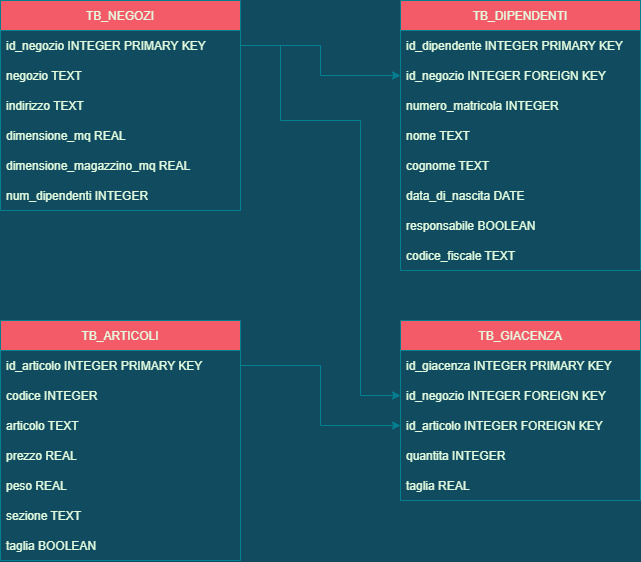
Before: gestione-catena-negozi/src/assets/DatabaseProgetto.png, a diagram exported from draw.io (Alph10/Progetto-Allos). Source tidied: cells renumbered, new cells last; positions are measured from the earlier drawing's top-left corner, leaving out a move shared by most shapes.
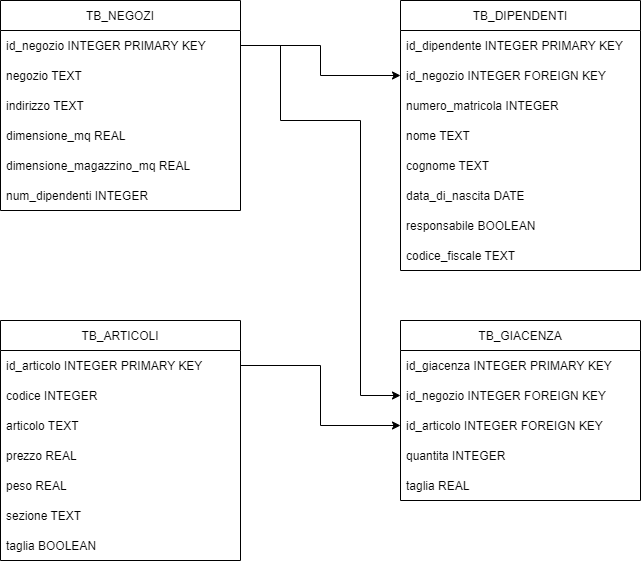
The same diagram one commit later.

Commit message:
Immagini senza sfondo

Diff of the diagram source:
```diff
@@ -1,104 +1,104 @@
-<mxGraphModel background="#114B5F">
+<mxGraphModel>
   <root>
     <mxCell id="0" />
     <mxCell id="1" parent="0" />
-    <mxCell id="2" value="TB_NEGOZI" style="swimlane;fontStyle=0;horizontal=1;startSize=30;fillColor=#F45B69;strokeColor=#028090;fontColor=#E4FDE1;" parent="1" vertex="1">
+    <mxCell id="2" value="TB_NEGOZI" style="swimlane;fontStyle=0;horizontal=1;startSize=30;" parent="1" vertex="1">
       <mxGeometry width="240" height="210" as="geometry" />
     </mxCell>
-    <mxCell id="3" value="id_negozio INTEGER PRIMARY KEY" style="text;strokeColor=none;fillColor=none;align=left;verticalAlign=middle;spacingLeft=4;spacingRight=4;overflow=hidden;points=[[0,0.5],[1,0.5]];portConstraint=eastwest;fontColor=#E4FDE1;" parent="2" vertex="1">
+    <mxCell id="3" value="id_negozio INTEGER PRIMARY KEY" style="text;strokeColor=none;fillColor=none;align=left;verticalAlign=middle;spacingLeft=4;spacingRight=4;overflow=hidden;points=[[0,0.5],[1,0.5]];portConstraint=eastwest;" parent="2" vertex="1">
       <mxGeometry y="30" width="240" height="30" as="geometry" />
     </mxCell>
-    <mxCell id="4" value="negozio TEXT" style="text;strokeColor=none;fillColor=none;align=left;verticalAlign=middle;spacingLeft=4;spacingRight=4;overflow=hidden;fontColor=#E4FDE1;" parent="2" vertex="1">
+    <mxCell id="4" value="negozio TEXT" style="text;strokeColor=none;fillColor=none;align=left;verticalAlign=middle;spacingLeft=4;spacingRight=4;overflow=hidden;" parent="2" vertex="1">
       <mxGeometry y="60" width="240" height="30" as="geometry" />
     </mxCell>
-    <mxCell id="5" value="indirizzo TEXT" style="text;strokeColor=none;fillColor=none;align=left;verticalAlign=middle;spacingLeft=4;spacingRight=4;overflow=hidden;fontColor=#E4FDE1;" parent="2" vertex="1">
+    <mxCell id="5" value="indirizzo TEXT" style="text;strokeColor=none;fillColor=none;align=left;verticalAlign=middle;spacingLeft=4;spacingRight=4;overflow=hidden;" parent="2" vertex="1">
       <mxGeometry y="90" width="240" height="30" as="geometry" />
     </mxCell>
-    <mxCell id="6" value="dimensione_mq REAL" style="text;strokeColor=none;fillColor=none;align=left;verticalAlign=middle;spacingLeft=4;spacingRight=4;overflow=hidden;fontColor=#E4FDE1;" parent="2" vertex="1">
+    <mxCell id="6" value="dimensione_mq REAL" style="text;strokeColor=none;fillColor=none;align=left;verticalAlign=middle;spacingLeft=4;spacingRight=4;overflow=hidden;" parent="2" vertex="1">
       <mxGeometry y="120" width="240" height="30" as="geometry" />
     </mxCell>
-    <mxCell id="7" value="dimensione_magazzino_mq REAL" style="text;strokeColor=none;fillColor=none;align=left;verticalAlign=middle;spacingLeft=4;spacingRight=4;overflow=hidden;fontColor=#E4FDE1;" parent="2" vertex="1">
+    <mxCell id="7" value="dimensione_magazzino_mq REAL" style="text;strokeColor=none;fillColor=none;align=left;verticalAlign=middle;spacingLeft=4;spacingRight=4;overflow=hidden;" parent="2" vertex="1">
       <mxGeometry y="150" width="240" height="30" as="geometry" />
     </mxCell>
-    <mxCell id="8" value="num_dipendenti INTEGER" style="text;strokeColor=none;fillColor=none;align=left;verticalAlign=middle;spacingLeft=4;spacingRight=4;overflow=hidden;fontColor=#E4FDE1;" parent="2" vertex="1">
+    <mxCell id="8" value="num_dipendenti INTEGER" style="text;strokeColor=none;fillColor=none;align=left;verticalAlign=middle;spacingLeft=4;spacingRight=4;overflow=hidden;" parent="2" vertex="1">
       <mxGeometry y="180" width="240" height="30" as="geometry" />
     </mxCell>
-    <mxCell id="9" value="TB_DIPENDENTI" style="swimlane;fontStyle=0;horizontal=1;startSize=30;fontColor=#E4FDE1;strokeColor=#028090;fillColor=#F45B69;" parent="1" vertex="1">
+    <mxCell id="9" value="TB_DIPENDENTI" style="swimlane;fontStyle=0;horizontal=1;startSize=30;" parent="1" vertex="1">
       <mxGeometry x="400" width="240" height="270" as="geometry" />
     </mxCell>
-    <mxCell id="10" value="id_dipendente INTEGER PRIMARY KEY" style="text;strokeColor=none;fillColor=none;align=left;verticalAlign=middle;spacingLeft=4;spacingRight=4;overflow=hidden;fontColor=#E4FDE1;" parent="9" vertex="1">
+    <mxCell id="10" value="id_dipendente INTEGER PRIMARY KEY" style="text;strokeColor=none;fillColor=none;align=left;verticalAlign=middle;spacingLeft=4;spacingRight=4;overflow=hidden;" parent="9" vertex="1">
       <mxGeometry y="30" width="240" height="30" as="geometry" />
     </mxCell>
-    <mxCell id="11" value="id_negozio INTEGER FOREIGN KEY" style="text;strokeColor=none;fillColor=none;align=left;verticalAlign=middle;spacingLeft=4;spacingRight=4;overflow=hidden;points=[[0,0.5],[1,0.5]];portConstraint=eastwest;fontColor=#E4FDE1;" parent="9" vertex="1">
+    <mxCell id="11" value="id_negozio INTEGER FOREIGN KEY" style="text;strokeColor=none;fillColor=none;align=left;verticalAlign=middle;spacingLeft=4;spacingRight=4;overflow=hidden;points=[[0,0.5],[1,0.5]];portConstraint=eastwest;" parent="9" vertex="1">
       <mxGeometry y="60" width="240" height="30" as="geometry" />
     </mxCell>
-    <mxCell id="12" value="numero_matricola INTEGER" style="text;strokeColor=none;fillColor=none;align=left;verticalAlign=middle;spacingLeft=4;spacingRight=4;overflow=hidden;fontColor=#E4FDE1;" parent="9" vertex="1">
+    <mxCell id="12" value="numero_matricola INTEGER" style="text;strokeColor=none;fillColor=none;align=left;verticalAlign=middle;spacingLeft=4;spacingRight=4;overflow=hidden;" parent="9" vertex="1">
       <mxGeometry y="90" width="240" height="30" as="geometry" />
     </mxCell>
-    <mxCell id="13" value="nome TEXT" style="text;strokeColor=none;fillColor=none;align=left;verticalAlign=middle;spacingLeft=4;spacingRight=4;overflow=hidden;fontColor=#E4FDE1;" parent="9" vertex="1">
+    <mxCell id="13" value="nome TEXT" style="text;strokeColor=none;fillColor=none;align=left;verticalAlign=middle;spacingLeft=4;spacingRight=4;overflow=hidden;" parent="9" vertex="1">
       <mxGeometry y="120" width="240" height="30" as="geometry" />
     </mxCell>
-    <mxCell id="14" value="cognome TEXT" style="text;strokeColor=none;fillColor=none;align=left;verticalAlign=middle;spacingLeft=4;spacingRight=4;overflow=hidden;fontColor=#E4FDE1;" parent="9" vertex="1">
+    <mxCell id="14" value="cognome TEXT" style="text;strokeColor=none;fillColor=none;align=left;verticalAlign=middle;spacingLeft=4;spacingRight=4;overflow=hidden;" parent="9" vertex="1">
       <mxGeometry y="150" width="240" height="30" as="geometry" />
     </mxCell>
-    <mxCell id="15" value="data_di_nascita DATE" style="text;strokeColor=none;fillColor=none;align=left;verticalAlign=middle;spacingLeft=4;spacingRight=4;overflow=hidden;fontColor=#E4FDE1;" parent="9" vertex="1">
+    <mxCell id="15" value="data_di_nascita DATE" style="text;strokeColor=none;fillColor=none;align=left;verticalAlign=middle;spacingLeft=4;spacingRight=4;overflow=hidden;" parent="9" vertex="1">
       <mxGeometry y="180" width="240" height="30" as="geometry" />
     </mxCell>
-    <mxCell id="16" value="responsabile BOOLEAN" style="text;strokeColor=none;fillColor=none;align=left;verticalAlign=middle;spacingLeft=4;spacingRight=4;overflow=hidden;fontColor=#E4FDE1;" parent="9" vertex="1">
+    <mxCell id="16" value="responsabile BOOLEAN" style="text;strokeColor=none;fillColor=none;align=left;verticalAlign=middle;spacingLeft=4;spacingRight=4;overflow=hidden;" parent="9" vertex="1">
       <mxGeometry y="210" width="240" height="30" as="geometry" />
     </mxCell>
-    <mxCell id="17" value="codice_fiscale TEXT" style="text;strokeColor=none;fillColor=none;align=left;verticalAlign=middle;spacingLeft=4;spacingRight=4;overflow=hidden;fontColor=#E4FDE1;" parent="9" vertex="1">
+    <mxCell id="17" value="codice_fiscale TEXT" style="text;strokeColor=none;fillColor=none;align=left;verticalAlign=middle;spacingLeft=4;spacingRight=4;overflow=hidden;" parent="9" vertex="1">
       <mxGeometry y="240" width="240" height="30" as="geometry" />
     </mxCell>
-    <mxCell id="18" style="edgeStyle=orthogonalEdgeStyle;rounded=0;jettySize=auto;html=1;exitX=1;exitY=0.5;exitDx=0;exitDy=0;entryX=0;entryY=0.5;entryDx=0;entryDy=0;fontColor=#E4FDE1;strokeColor=#028090;fillColor=#F45B69;" parent="1" edge="1" source="3" target="11">
+    <mxCell id="18" style="edgeStyle=orthogonalEdgeStyle;rounded=0;jettySize=auto;html=1;exitX=1;exitY=0.5;exitDx=0;exitDy=0;entryX=0;entryY=0.5;entryDx=0;entryDy=0;" parent="1" edge="1" source="3" target="11">
       <mxGeometry relative="1" as="geometry" />
     </mxCell>
-    <mxCell id="19" value="TB_ARTICOLI" style="swimlane;fontStyle=0;horizontal=1;startSize=30;fontColor=#E4FDE1;strokeColor=#028090;fillColor=#F45B69;" parent="1" vertex="1">
+    <mxCell id="19" value="TB_ARTICOLI" style="swimlane;fontStyle=0;horizontal=1;startSize=30;" parent="1" vertex="1">
       <mxGeometry y="320" width="240" height="240" as="geometry" />
     </mxCell>
-    <mxCell id="20" value="id_articolo INTEGER PRIMARY KEY" style="text;strokeColor=none;fillColor=none;align=left;verticalAlign=middle;spacingLeft=4;spacingRight=4;overflow=hidden;points=[[0,0.5],[1,0.5]];portConstraint=eastwest;fontColor=#E4FDE1;" parent="19" vertex="1">
+    <mxCell id="20" value="id_articolo INTEGER PRIMARY KEY" style="text;strokeColor=none;fillColor=none;align=left;verticalAlign=middle;spacingLeft=4;spacingRight=4;overflow=hidden;points=[[0,0.5],[1,0.5]];portConstraint=eastwest;" parent="19" vertex="1">
       <mxGeometry y="30" width="240" height="30" as="geometry" />
     </mxCell>
-    <mxCell id="21" value="codice INTEGER" style="text;strokeColor=none;fillColor=none;align=left;verticalAlign=middle;spacingLeft=4;spacingRight=4;overflow=hidden;fontColor=#E4FDE1;" parent="19" vertex="1">
+    <mxCell id="21" value="codice INTEGER" style="text;strokeColor=none;fillColor=none;align=left;verticalAlign=middle;spacingLeft=4;spacingRight=4;overflow=hidden;" parent="19" vertex="1">
       <mxGeometry y="60" width="240" height="30" as="geometry" />
     </mxCell>
-    <mxCell id="22" value="articolo TEXT" style="text;strokeColor=none;fillColor=none;align=left;verticalAlign=middle;spacingLeft=4;spacingRight=4;overflow=hidden;fontColor=#E4FDE1;" parent="19" vertex="1">
+    <mxCell id="22" value="articolo TEXT" style="text;strokeColor=none;fillColor=none;align=left;verticalAlign=middle;spacingLeft=4;spacingRight=4;overflow=hidden;" parent="19" vertex="1">
       <mxGeometry y="90" width="240" height="30" as="geometry" />
     </mxCell>
-    <mxCell id="23" value="prezzo REAL" style="text;strokeColor=none;fillColor=none;align=left;verticalAlign=middle;spacingLeft=4;spacingRight=4;overflow=hidden;fontColor=#E4FDE1;" parent="19" vertex="1">
+    <mxCell id="23" value="prezzo REAL" style="text;strokeColor=none;fillColor=none;align=left;verticalAlign=middle;spacingLeft=4;spacingRight=4;overflow=hidden;" parent="19" vertex="1">
       <mxGeometry y="120" width="240" height="30" as="geometry" />
     </mxCell>
-    <mxCell id="24" value="peso REAL" style="text;strokeColor=none;fillColor=none;align=left;verticalAlign=middle;spacingLeft=4;spacingRight=4;overflow=hidden;fontColor=#E4FDE1;" parent="19" vertex="1">
+    <mxCell id="24" value="peso REAL" style="text;strokeColor=none;fillColor=none;align=left;verticalAlign=middle;spacingLeft=4;spacingRight=4;overflow=hidden;" parent="19" vertex="1">
       <mxGeometry y="150" width="240" height="30" as="geometry" />
     </mxCell>
-    <mxCell id="25" value="sezione TEXT" style="text;strokeColor=none;fillColor=none;align=left;verticalAlign=middle;spacingLeft=4;spacingRight=4;overflow=hidden;fontColor=#E4FDE1;" parent="19" vertex="1">
+    <mxCell id="25" value="sezione TEXT" style="text;strokeColor=none;fillColor=none;align=left;verticalAlign=middle;spacingLeft=4;spacingRight=4;overflow=hidden;" parent="19" vertex="1">
       <mxGeometry y="180" width="240" height="30" as="geometry" />
     </mxCell>
-    <mxCell id="26" value="taglia BOOLEAN" style="text;strokeColor=none;fillColor=none;align=left;verticalAlign=middle;spacingLeft=4;spacingRight=4;overflow=hidden;fontColor=#E4FDE1;" parent="19" vertex="1">
+    <mxCell id="26" value="taglia BOOLEAN" style="text;strokeColor=none;fillColor=none;align=left;verticalAlign=middle;spacingLeft=4;spacingRight=4;overflow=hidden;" parent="19" vertex="1">
       <mxGeometry y="210" width="240" height="30" as="geometry" />
     </mxCell>
-    <mxCell id="27" value="TB_GIACENZA" style="swimlane;fontStyle=0;horizontal=1;startSize=30;fontColor=#E4FDE1;strokeColor=#028090;fillColor=#F45B69;" parent="1" vertex="1">
+    <mxCell id="27" value="TB_GIACENZA" style="swimlane;fontStyle=0;horizontal=1;startSize=30;" parent="1" vertex="1">
       <mxGeometry x="400" y="320" width="240" height="180" as="geometry" />
     </mxCell>
-    <mxCell id="28" value="id_giacenza INTEGER PRIMARY KEY" style="text;strokeColor=none;fillColor=none;align=left;verticalAlign=middle;spacingLeft=4;spacingRight=4;overflow=hidden;fontColor=#E4FDE1;" parent="27" vertex="1">
+    <mxCell id="28" value="id_giacenza INTEGER PRIMARY KEY" style="text;strokeColor=none;fillColor=none;align=left;verticalAlign=middle;spacingLeft=4;spacingRight=4;overflow=hidden;" parent="27" vertex="1">
       <mxGeometry y="30" width="240" height="30" as="geometry" />
     </mxCell>
-    <mxCell id="29" value="id_negozio INTEGER FOREIGN KEY" style="text;strokeColor=none;fillColor=none;align=left;verticalAlign=middle;spacingLeft=4;spacingRight=4;overflow=hidden;points=[[0,0.5],[1,0.5]];portConstraint=eastwest;fontColor=#E4FDE1;" parent="27" vertex="1">
+    <mxCell id="29" value="id_negozio INTEGER FOREIGN KEY" style="text;strokeColor=none;fillColor=none;align=left;verticalAlign=middle;spacingLeft=4;spacingRight=4;overflow=hidden;points=[[0,0.5],[1,0.5]];portConstraint=eastwest;" parent="27" vertex="1">
       <mxGeometry y="60" width="240" height="30" as="geometry" />
     </mxCell>
-    <mxCell id="30" value="id_articolo INTEGER FOREIGN KEY" style="text;strokeColor=none;fillColor=none;align=left;verticalAlign=middle;spacingLeft=4;spacingRight=4;overflow=hidden;points=[[0,0.5],[1,0.5]];portConstraint=eastwest;fontColor=#E4FDE1;" parent="27" vertex="1">
+    <mxCell id="30" value="id_articolo INTEGER FOREIGN KEY" style="text;strokeColor=none;fillColor=none;align=left;verticalAlign=middle;spacingLeft=4;spacingRight=4;overflow=hidden;points=[[0,0.5],[1,0.5]];portConstraint=eastwest;" parent="27" vertex="1">
       <mxGeometry y="90" width="240" height="30" as="geometry" />
     </mxCell>
-    <mxCell id="31" value="quantita INTEGER" style="text;strokeColor=none;fillColor=none;align=left;verticalAlign=middle;spacingLeft=4;spacingRight=4;overflow=hidden;fontColor=#E4FDE1;" parent="27" vertex="1">
+    <mxCell id="31" value="quantita INTEGER" style="text;strokeColor=none;fillColor=none;align=left;verticalAlign=middle;spacingLeft=4;spacingRight=4;overflow=hidden;" parent="27" vertex="1">
       <mxGeometry y="120" width="240" height="30" as="geometry" />
     </mxCell>
-    <mxCell id="32" value="taglia REAL" style="text;strokeColor=none;fillColor=none;align=left;verticalAlign=middle;spacingLeft=4;spacingRight=4;overflow=hidden;fontColor=#E4FDE1;" parent="27" vertex="1">
+    <mxCell id="32" value="taglia REAL" style="text;strokeColor=none;fillColor=none;align=left;verticalAlign=middle;spacingLeft=4;spacingRight=4;overflow=hidden;" parent="27" vertex="1">
       <mxGeometry y="150" width="240" height="30" as="geometry" />
     </mxCell>
-    <mxCell id="33" style="edgeStyle=orthogonalEdgeStyle;rounded=0;jettySize=auto;html=1;exitX=1;exitY=0.5;exitDx=0;exitDy=0;entryX=0;entryY=0.5;entryDx=0;entryDy=0;fontColor=#E4FDE1;strokeColor=#028090;fillColor=#F45B69;" parent="1" edge="1" source="20" target="30">
+    <mxCell id="33" style="edgeStyle=orthogonalEdgeStyle;rounded=0;jettySize=auto;html=1;exitX=1;exitY=0.5;exitDx=0;exitDy=0;entryX=0;entryY=0.5;entryDx=0;entryDy=0;" parent="1" edge="1" source="20" target="30">
       <mxGeometry relative="1" as="geometry" />
     </mxCell>
-    <mxCell id="34" style="edgeStyle=orthogonalEdgeStyle;rounded=0;jettySize=auto;html=1;exitX=1;exitY=0.5;exitDx=0;exitDy=0;entryX=0;entryY=0.5;entryDx=0;entryDy=0;fontColor=#E4FDE1;strokeColor=#028090;fillColor=#F45B69;" parent="1" edge="1" source="3" target="29">
+    <mxCell id="34" style="edgeStyle=orthogonalEdgeStyle;rounded=0;jettySize=auto;html=1;exitX=1;exitY=0.5;exitDx=0;exitDy=0;entryX=0;entryY=0.5;entryDx=0;entryDy=0;" parent="1" edge="1" source="3" target="29">
       <mxGeometry relative="1" as="geometry">
         <Array as="points">
           <mxPoint x="280" y="45" />
```
